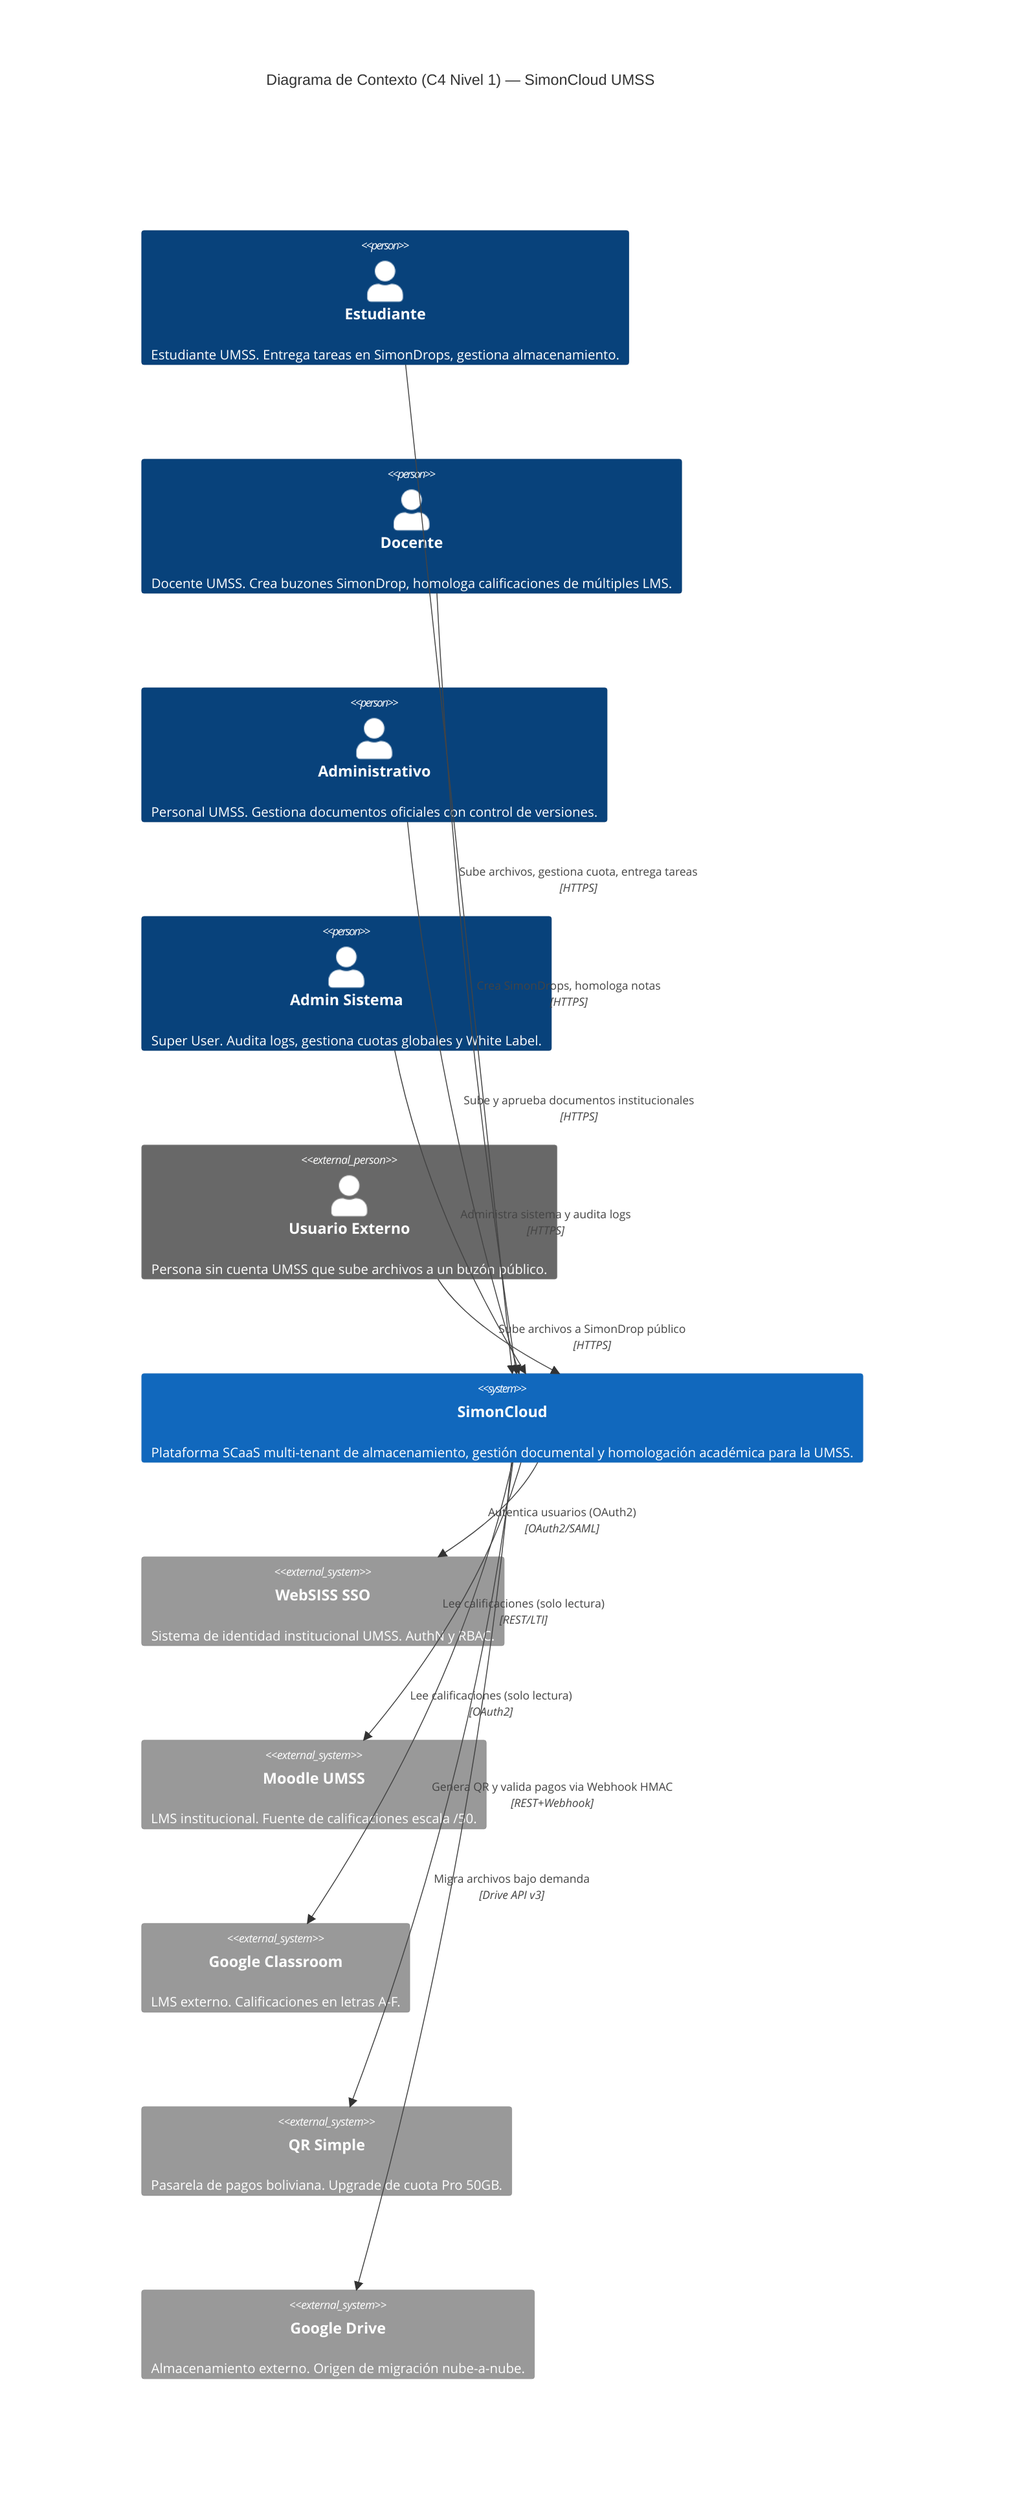
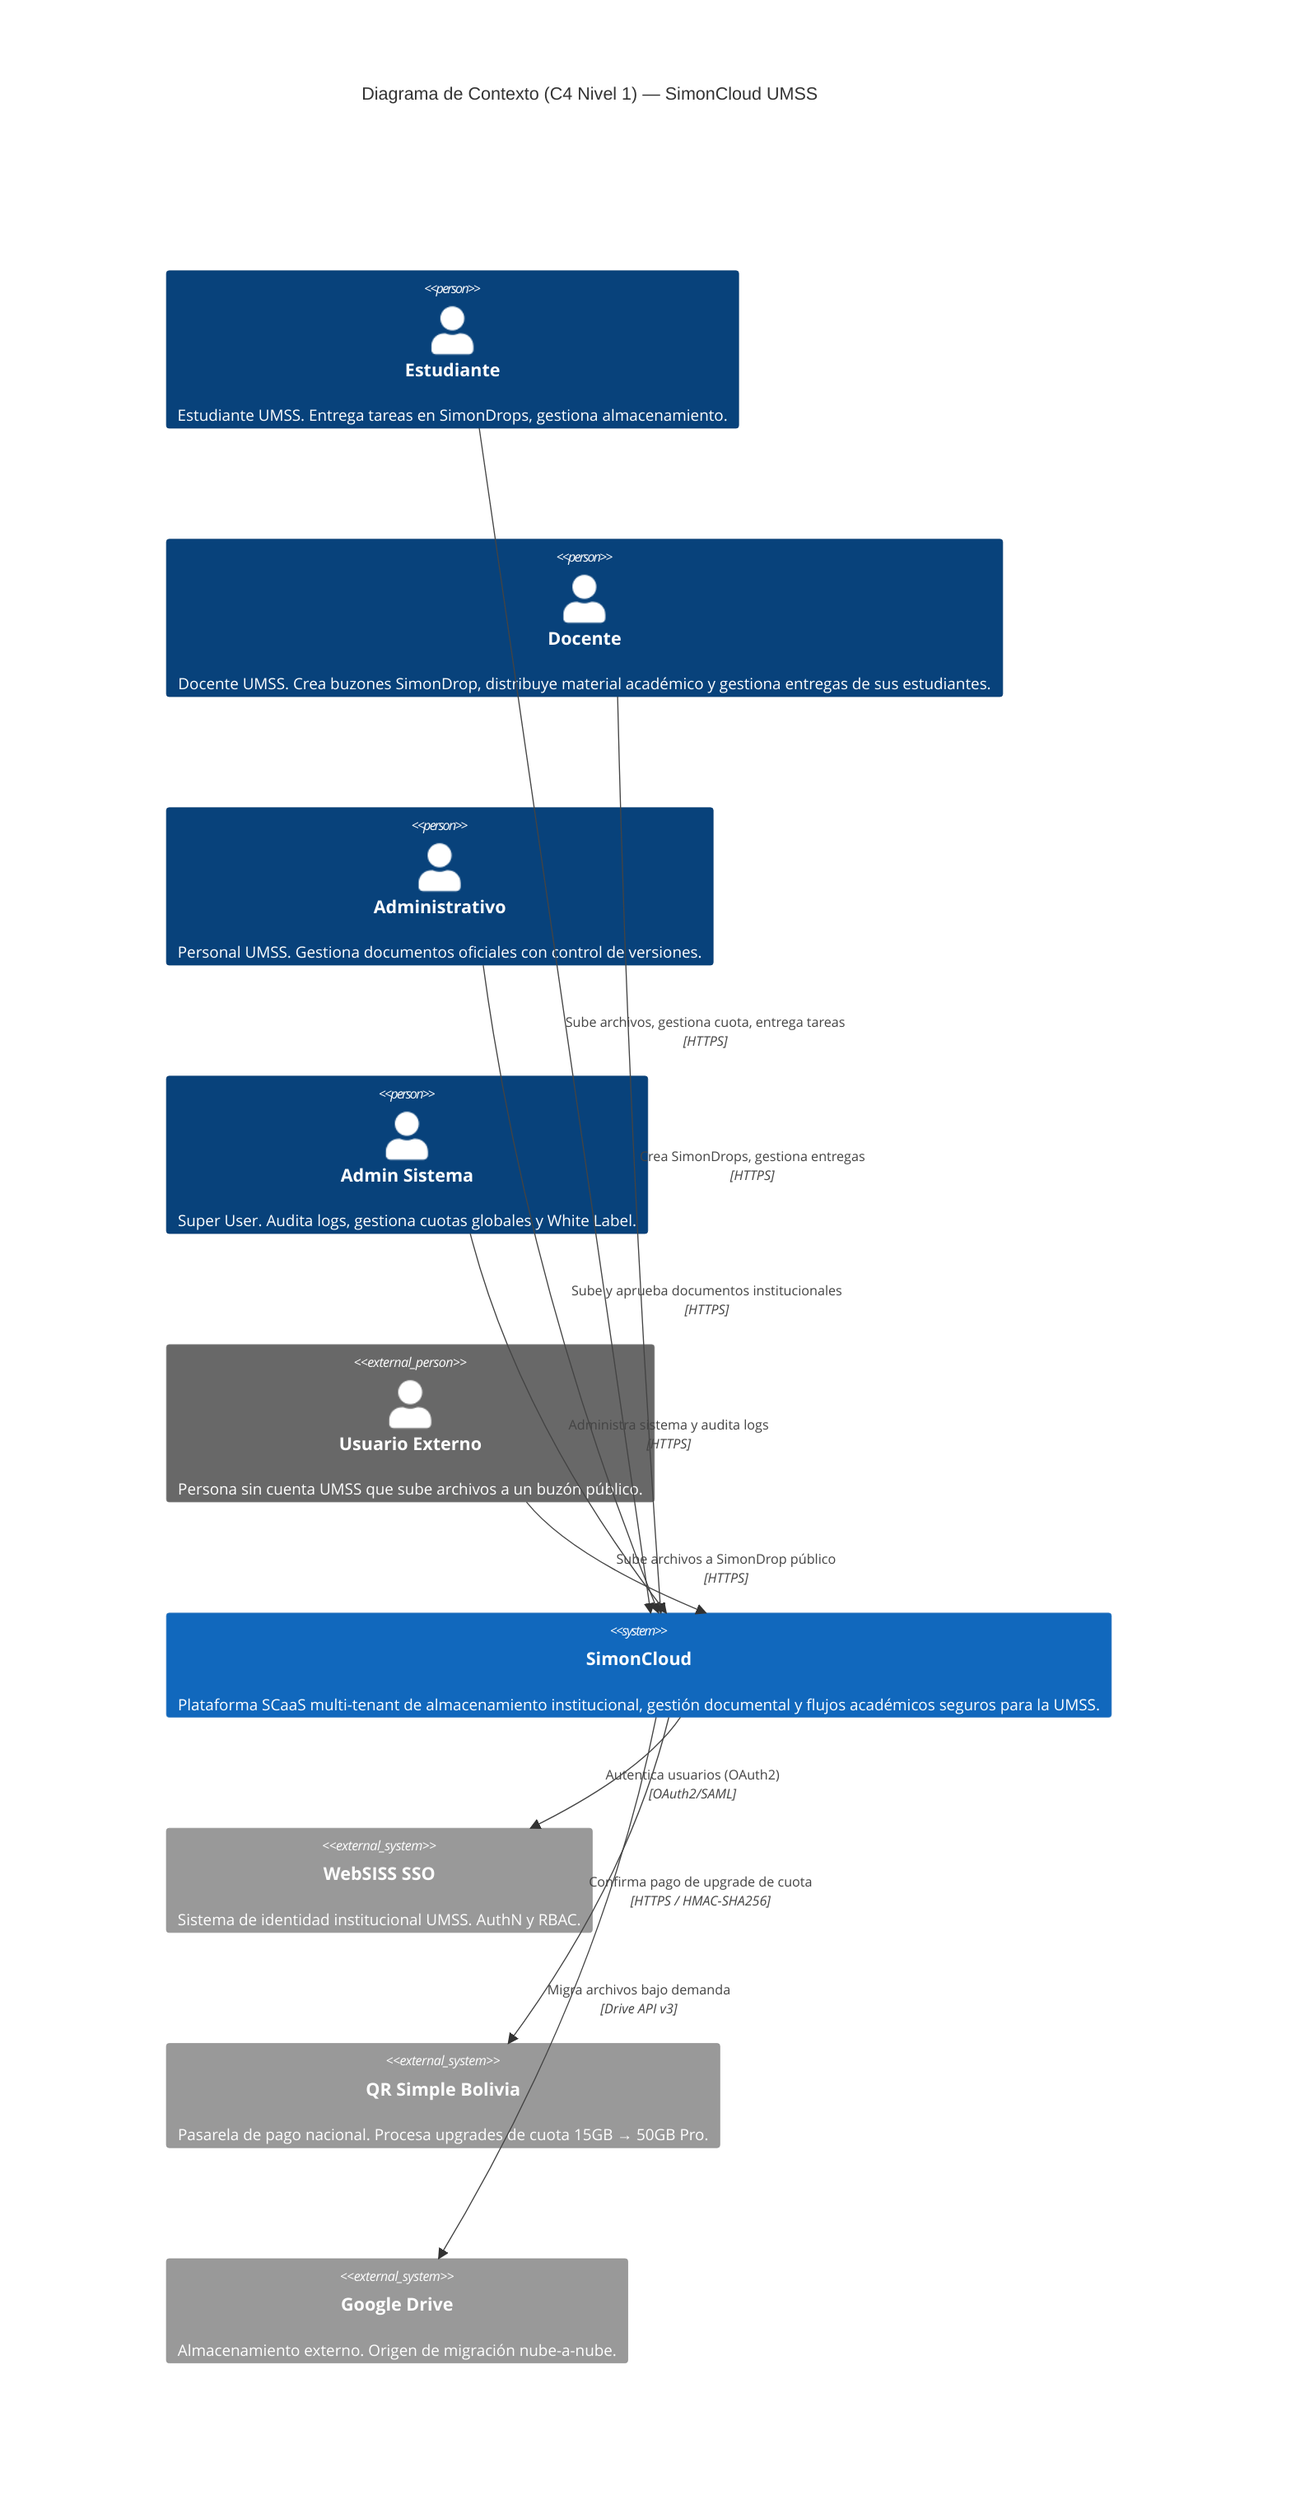
---
title: "C4 Nivel 1 — Contexto del Sistema SimonCloud"
---
C4Context
title Diagrama de Contexto (C4 Nivel 1) — SimonCloud UMSS

Person(estudiante, "Estudiante", "Estudiante UMSS. Entrega tareas en SimonDrops, gestiona almacenamiento.")
- Person(docente, "Docente", "Docente UMSS. Crea buzones SimonDrop, homologa calificaciones de múltiples LMS.")
+ Person(docente, "Docente", "Docente UMSS. Crea buzones SimonDrop, distribuye material académico y gestiona entregas de sus estudiantes.")
Person(administrativo, "Administrativo", "Personal UMSS. Gestiona documentos oficiales con control de versiones.")
Person(admin_sistema, "Admin Sistema", "Super User. Audita logs, gestiona cuotas globales y White Label.")
Person_Ext(externo, "Usuario Externo", "Persona sin cuenta UMSS que sube archivos a un buzón público.")

- System(simoncloud, "SimonCloud", "Plataforma SCaaS multi-tenant de almacenamiento, gestión documental y homologación académica para la UMSS.")
+ System(simoncloud, "SimonCloud", "Plataforma SCaaS multi-tenant de almacenamiento institucional, gestión documental y flujos académicos seguros para la UMSS.")

System_Ext(websiss, "WebSISS SSO", "Sistema de identidad institucional UMSS. AuthN y RBAC.")
- System_Ext(moodle, "Moodle UMSS", "LMS institucional. Fuente de calificaciones escala /50.")
- System_Ext(classroom, "Google Classroom", "LMS externo. Calificaciones en letras A-F.")
- System_Ext(qr_simple, "QR Simple", "Pasarela de pagos boliviana. Upgrade de cuota Pro 50GB.")
+ System_Ext(qrsimple, "QR Simple Bolivia", "Pasarela de pago nacional. Procesa upgrades de cuota 15GB → 50GB Pro.")
System_Ext(google_drive, "Google Drive", "Almacenamiento externo. Origen de migración nube-a-nube.")

Rel(estudiante, simoncloud, "Sube archivos, gestiona cuota, entrega tareas", "HTTPS")
- Rel(docente, simoncloud, "Crea SimonDrops, homologa notas", "HTTPS")
+ Rel(docente, simoncloud, "Crea SimonDrops, gestiona entregas", "HTTPS")
Rel(administrativo, simoncloud, "Sube y aprueba documentos institucionales", "HTTPS")
Rel(admin_sistema, simoncloud, "Administra sistema y audita logs", "HTTPS")
Rel(externo, simoncloud, "Sube archivos a SimonDrop público", "HTTPS")
Rel(simoncloud, websiss, "Autentica usuarios (OAuth2)", "OAuth2/SAML")
- Rel(simoncloud, moodle, "Lee calificaciones (solo lectura)", "REST/LTI")
- Rel(simoncloud, classroom, "Lee calificaciones (solo lectura)", "OAuth2")
- Rel(simoncloud, qr_simple, "Genera QR y valida pagos via Webhook HMAC", "REST+Webhook")
+ Rel(simoncloud, qrsimple, "Confirma pago de upgrade de cuota", "HTTPS / HMAC-SHA256")
Rel(simoncloud, google_drive, "Migra archivos bajo demanda", "Drive API v3")
